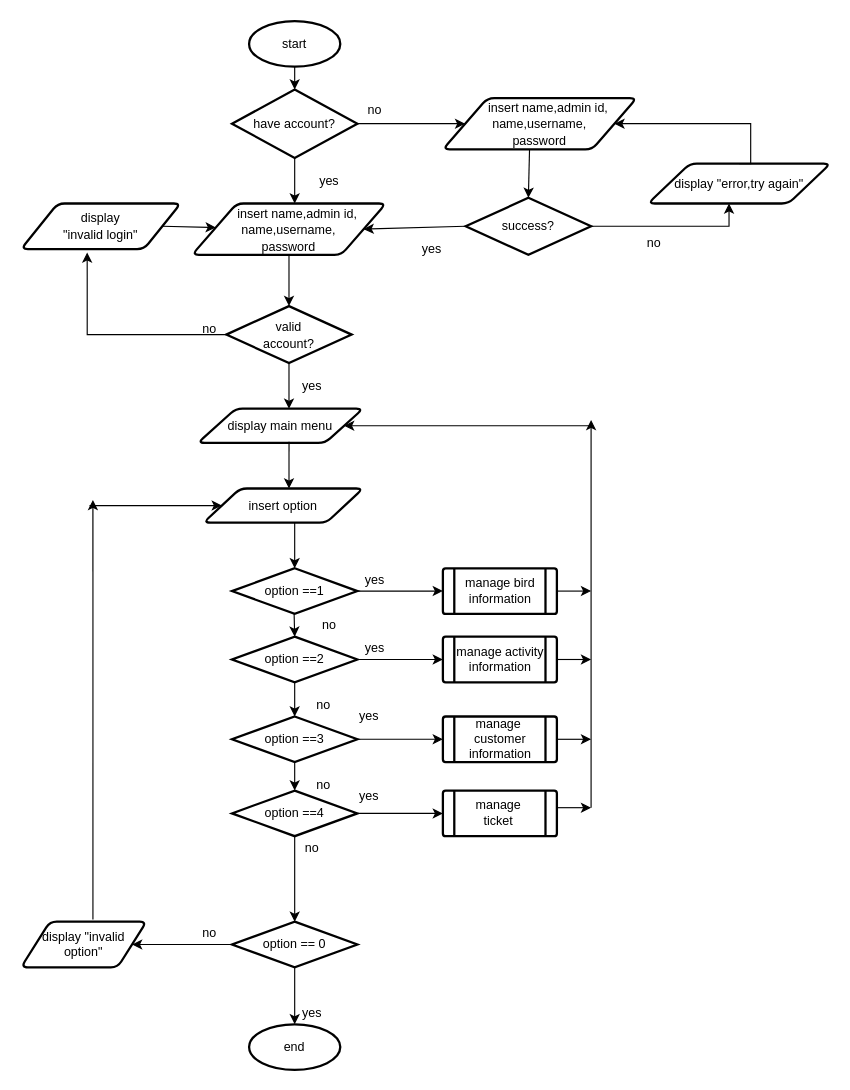
Above: page "Page-3" (3 of 4) of Exercise1ClassDiagram.drawio in abby18abby/week-2-class-diagram (draw.io), before the change. Source tidied: cells renumbered, new cells numbered last; positions are measured from the earlier drawing's top-left corner, leaving out a move shared by most shapes. Both pictures are drawn from the tidied source at 114%, with x=0, y=0 at pixel (21, 21).
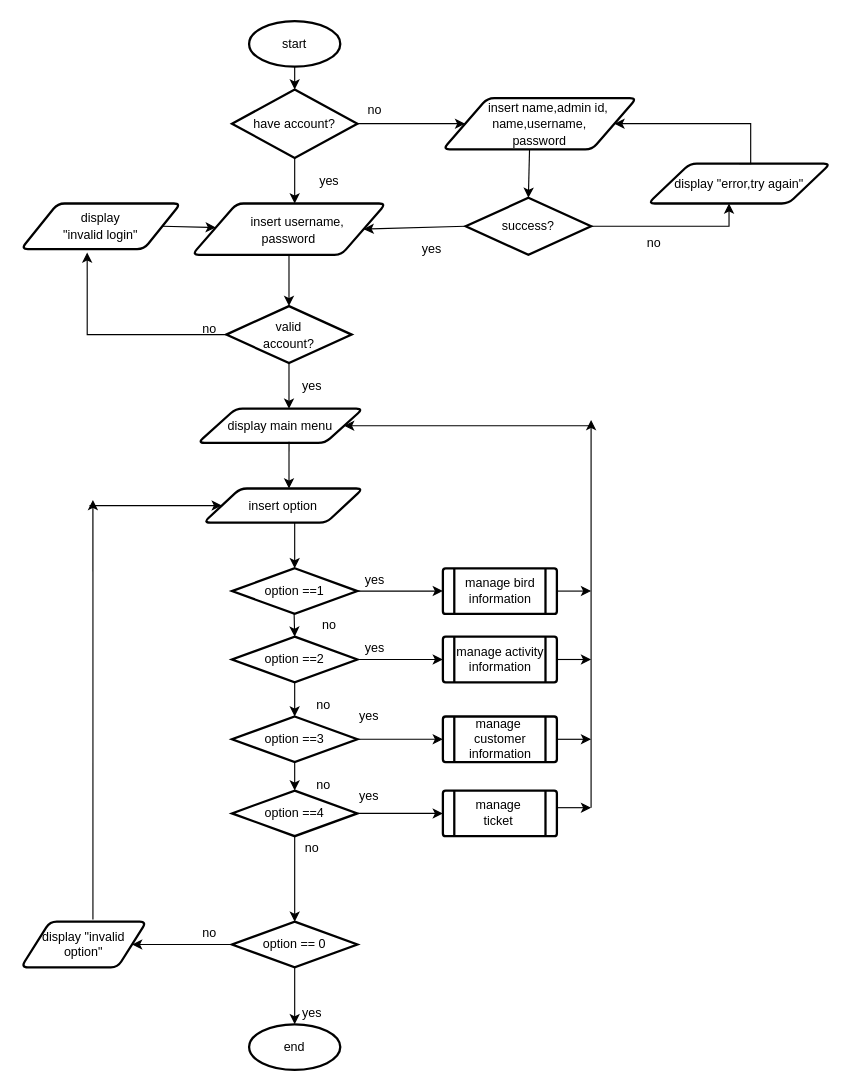
Above is the later version.

What changed in the source:
```diff
@@
-    <mxCell id="7" value="&lt;font style=&quot;font-size: 11px&quot;&gt;&amp;nbsp; &amp;nbsp; &amp;nbsp;insert name,admin id,&lt;br&gt;name,username,&lt;br&gt;password&lt;/font&gt;" style="shape=parallelogram;html=1;strokeWidth=2;perimeter=parallelogramPerimeter;whiteSpace=wrap;rounded=1;arcSize=12;size=0.23;" parent="1" vertex="1">
+    <mxCell id="7" value="&lt;font style=&quot;font-size: 11px&quot;&gt;&amp;nbsp; &amp;nbsp; &amp;nbsp;insert username,&lt;br&gt;password&lt;/font&gt;" style="shape=parallelogram;html=1;strokeWidth=2;perimeter=parallelogramPerimeter;whiteSpace=wrap;rounded=1;arcSize=12;size=0.23;" parent="1" vertex="1">
       <mxGeometry x="150" y="160" width="170" height="45" as="geometry" />
     </mxCell>
```
